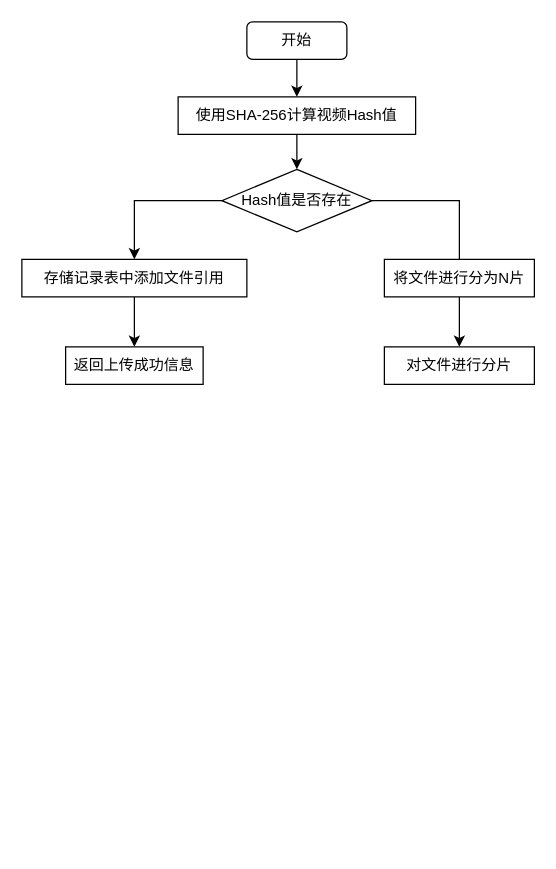
The draw.io diagram DrawIO_file/流程图/断点续传流程图.drawio in DingDongZz/typera_PicGO, before the edit. Source tidied: cells renumbered, new cells numbered last; positions are measured from the earlier drawing's top-left corner, leaving out a move shared by most shapes. Both pictures are drawn from the tidied source at 125%, with x=0, y=0 at pixel (21, 21).
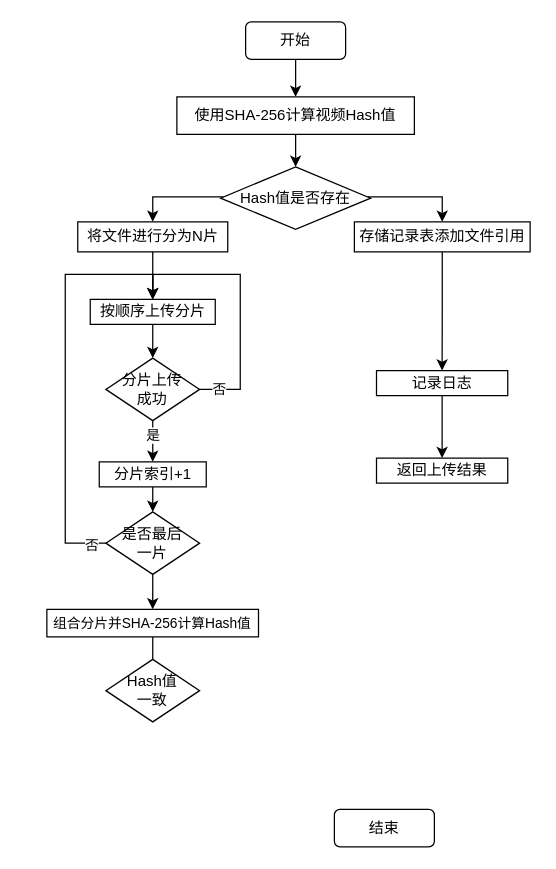
The same diagram, later.

Commit message (it also covers changes not shown here):
更新断点续传流程图.drawio

Change to the diagram source:
```diff
@@
     <mxCell id="3" value="开始" style="rounded=1;whiteSpace=wrap;html=1;" parent="1" vertex="1">
-      <mxGeometry x="180" width="80" height="30" as="geometry" />
+      <mxGeometry x="179" width="80" height="30" as="geometry" />
     </mxCell>
@@
     <mxCell id="5" value="使用SHA-256计算视频Hash值" style="rounded=0;whiteSpace=wrap;html=1;" parent="1" vertex="1">
-      <mxGeometry x="125" y="60" width="190" height="30" as="geometry" />
+      <mxGeometry x="124" y="60" width="190" height="30" as="geometry" />
     </mxCell>
+    <mxCell id="7" style="edgeStyle=orthogonalEdgeStyle;rounded=0;jettySize=auto;html=1;entryX=0.5;entryY=0;entryDx=0;entryDy=0;" parent="1" edge="1" source="8" target="13">
+      <mxGeometry relative="1" as="geometry">
+        <Array as="points">
+          <mxPoint x="105" y="140" />
+        </Array>
+      </mxGeometry>
+    </mxCell>
-    <mxCell id="6" style="edgeStyle=orthogonalEdgeStyle;rounded=0;jettySize=auto;html=1;" parent="1" edge="1" source="8" target="10">
+    <mxCell id="6" style="edgeStyle=orthogonalEdgeStyle;rounded=0;jettySize=auto;html=1;entryX=0.5;entryY=0;entryDx=0;entryDy=0;" parent="1" edge="1" source="8" target="10">
       <mxGeometry relative="1" as="geometry">
         <Array as="points">
-          <mxPoint x="90" y="143" />
+          <mxPoint x="337" y="140" />
         </Array>
       </mxGeometry>
     </mxCell>
-    <mxCell id="7" style="edgeStyle=orthogonalEdgeStyle;rounded=0;jettySize=auto;html=1;entryX=0.5;entryY=0;entryDx=0;entryDy=0;" parent="1" edge="1" source="8" target="13">
-      <mxGeometry relative="1" as="geometry">
-        <Array as="points">
-          <mxPoint x="350" y="143" />
-          <mxPoint x="350" y="200" />
-        </Array>
-      </mxGeometry>
-    </mxCell>
     <mxCell id="8" value="Hash值是否存在" style="rhombus;whiteSpace=wrap;html=1;" parent="1" vertex="1">
-      <mxGeometry x="160" y="118" width="120" height="50" as="geometry" />
+      <mxGeometry x="159" y="116" width="120" height="50" as="geometry" />
     </mxCell>
@@
-    <mxCell id="10" value="存储记录表中添加文件引用" style="rounded=0;whiteSpace=wrap;html=1;" parent="1" vertex="1">
-      <mxGeometry y="190" width="180" height="30" as="geometry" />
+    <mxCell id="10" value="存储记录表&lt;span style=&quot;background-color: transparent; color: light-dark(rgb(0, 0, 0), rgb(255, 255, 255));&quot;&gt;添加文件引用&lt;/span&gt;" style="rounded=0;whiteSpace=wrap;html=1;" parent="1" vertex="1">
+      <mxGeometry x="266" y="160" width="140.6" height="24" as="geometry" />
     </mxCell>
+    <mxCell id="15" style="edgeStyle=orthogonalEdgeStyle;rounded=0;jettySize=auto;html=1;entryX=0.5;entryY=0;entryDx=0;entryDy=0;" parent="1" edge="1" source="11" target="17">
+      <mxGeometry relative="1" as="geometry" />
+    </mxCell>
-    <mxCell id="11" value="返回上传成功信息" style="rounded=0;whiteSpace=wrap;html=1;" parent="1" vertex="1">
-      <mxGeometry x="35" y="260" width="110" height="30" as="geometry" />
+    <mxCell id="11" value="记录日志" style="rounded=0;whiteSpace=wrap;html=1;" parent="1" vertex="1">
+      <mxGeometry x="283.7" y="279" width="105" height="20" as="geometry" />
     </mxCell>
+    <mxCell id="16" value="结束" style="rounded=1;whiteSpace=wrap;html=1;" parent="1" vertex="1">
+      <mxGeometry x="250" y="630" width="80" height="30" as="geometry" />
+    </mxCell>
+    <mxCell id="17" value="返回上传结果" style="rounded=0;whiteSpace=wrap;html=1;" parent="1" vertex="1">
+      <mxGeometry x="283.7" y="349" width="105" height="20" as="geometry" />
+    </mxCell>
+    <mxCell id="18" style="group;" parent="1" vertex="1">
+      <mxGeometry x="20" y="160" width="169.3" height="400" as="geometry" />
+    </mxCell>
-    <mxCell id="12" style="edgeStyle=orthogonalEdgeStyle;rounded=0;jettySize=auto;html=1;entryX=0.5;entryY=0;entryDx=0;entryDy=0;" parent="1" edge="1" source="13" target="14">
+    <mxCell id="12" style="edgeStyle=orthogonalEdgeStyle;rounded=0;jettySize=auto;html=1;entryX=0.5;entryY=0;entryDx=0;entryDy=0;" parent="18" edge="1" source="13" target="14">
       <mxGeometry relative="1" as="geometry" />
     </mxCell>
-    <mxCell id="13" value="将文件进行分为N片" style="rounded=0;whiteSpace=wrap;html=1;" parent="1" vertex="1">
-      <mxGeometry x="290" y="190" width="120" height="30" as="geometry" />
+    <mxCell id="13" value="将文件进行分为N片" style="rounded=0;whiteSpace=wrap;html=1;" parent="18" vertex="1">
+      <mxGeometry x="24.7" width="120" height="24" as="geometry" />
     </mxCell>
+    <mxCell id="19" style="edgeStyle=orthogonalEdgeStyle;rounded=0;jettySize=auto;html=1;entryX=0.5;entryY=0;entryDx=0;entryDy=0;" parent="18" edge="1" source="14" target="24">
+      <mxGeometry relative="1" as="geometry" />
+    </mxCell>
-    <mxCell id="14" value="对文件进行分片" style="rounded=0;whiteSpace=wrap;html=1;" parent="1" vertex="1">
-      <mxGeometry x="290" y="260" width="120" height="30" as="geometry" />
+    <mxCell id="14" value="按顺序上传分片" style="rounded=0;whiteSpace=wrap;html=1;" parent="18" vertex="1">
+      <mxGeometry x="34.7" y="62" width="100" height="20" as="geometry" />
     </mxCell>
+    <mxCell id="20" style="edgeStyle=orthogonalEdgeStyle;rounded=0;jettySize=auto;html=1;entryX=0.5;entryY=0;entryDx=0;entryDy=0;" parent="18" edge="1" source="24" target="30">
+      <mxGeometry relative="1" as="geometry" />
+    </mxCell>
+    <mxCell id="21" value="是" style="edgeLabel;html=1;align=center;verticalAlign=middle;" parent="20" vertex="1">
+      <mxGeometry x="0.19" relative="1" as="geometry">
+        <mxPoint y="-3" as="offset" />
+      </mxGeometry>
+    </mxCell>
+    <mxCell id="22" style="edgeStyle=orthogonalEdgeStyle;rounded=0;jettySize=auto;html=1;entryX=0.5;entryY=0;entryDx=0;entryDy=0;" parent="18" edge="1" source="24" target="14">
+      <mxGeometry relative="1" as="geometry">
+        <Array as="points">
+          <mxPoint x="154.7" y="134" />
+          <mxPoint x="154.7" y="42" />
+          <mxPoint x="84.7" y="42" />
+        </Array>
+      </mxGeometry>
+    </mxCell>
+    <mxCell id="23" value="否" style="edgeLabel;html=1;align=center;verticalAlign=middle;" parent="22" vertex="1">
+      <mxGeometry x="-0.86" y="1" relative="1" as="geometry" />
+    </mxCell>
+    <mxCell id="24" value="分片上传&lt;div&gt;成功&lt;/div&gt;" style="rhombus;whiteSpace=wrap;html=1;" parent="18" vertex="1">
+      <mxGeometry x="47.2" y="109" width="75" height="50" as="geometry" />
+    </mxCell>
+    <mxCell id="25" style="edgeStyle=orthogonalEdgeStyle;rounded=0;jettySize=auto;html=1;entryX=0.5;entryY=0;entryDx=0;entryDy=0;" parent="18" edge="1" source="28" target="14">
+      <mxGeometry relative="1" as="geometry">
+        <Array as="points">
+          <mxPoint x="14.7" y="257" />
+          <mxPoint x="14.7" y="42" />
+          <mxPoint x="84.7" y="42" />
+        </Array>
+      </mxGeometry>
+    </mxCell>
+    <mxCell id="26" value="否" style="edgeLabel;html=1;align=center;verticalAlign=middle;" parent="25" vertex="1">
+      <mxGeometry x="-0.93" y="1" relative="1" as="geometry" />
+    </mxCell>
+    <mxCell id="27" style="edgeStyle=orthogonalEdgeStyle;rounded=0;jettySize=auto;html=1;entryX=0.5;entryY=0;entryDx=0;entryDy=0;" parent="18" edge="1" source="28" target="32">
+      <mxGeometry relative="1" as="geometry" />
+    </mxCell>
+    <mxCell id="28" value="是否最后&lt;div&gt;一片&lt;/div&gt;" style="rhombus;whiteSpace=wrap;html=1;" parent="18" vertex="1">
+      <mxGeometry x="47.2" y="232" width="75" height="50" as="geometry" />
+    </mxCell>
+    <mxCell id="29" style="edgeStyle=orthogonalEdgeStyle;rounded=0;jettySize=auto;html=1;entryX=0.5;entryY=0;entryDx=0;entryDy=0;" parent="18" edge="1" source="30" target="28">
+      <mxGeometry relative="1" as="geometry" />
+    </mxCell>
+    <mxCell id="30" value="分片索引+1" style="rounded=0;whiteSpace=wrap;html=1;" parent="18" vertex="1">
+      <mxGeometry x="41.9" y="192" width="85.6" height="20" as="geometry" />
+    </mxCell>
+    <mxCell id="31" style="edgeStyle=orthogonalEdgeStyle;rounded=0;jettySize=auto;html=1;entryX=0.5;entryY=0;entryDx=0;entryDy=0;" parent="18" edge="1" source="32" target="33">
+      <mxGeometry relative="1" as="geometry" />
+    </mxCell>
+    <mxCell id="32" value="组合分片并SHA-256计算Hash值" style="rounded=0;whiteSpace=wrap;html=1;fontSize=11;" parent="18" vertex="1">
+      <mxGeometry y="310" width="169.3" height="22" as="geometry" />
+    </mxCell>
+    <mxCell id="33" value="Hash值&lt;div&gt;一致&lt;/div&gt;" style="rhombus;whiteSpace=wrap;html=1;" parent="18" vertex="1">
+      <mxGeometry x="47.2" y="350" width="75" height="50" as="geometry" />
+    </mxCell>
```
